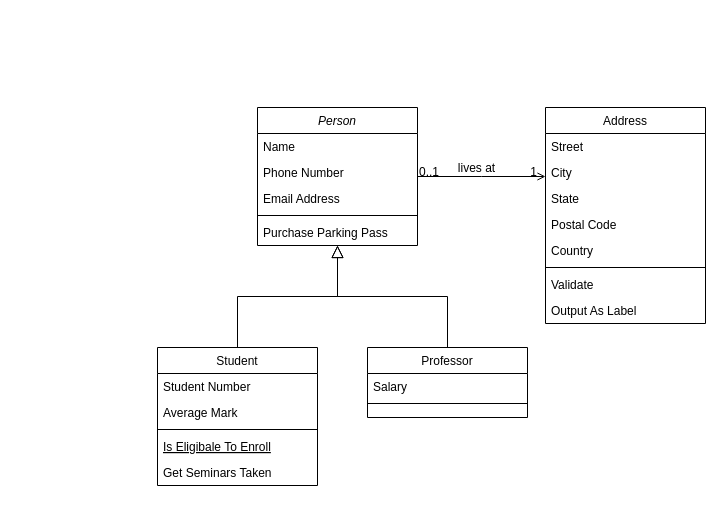
Above: images/Untitled Diagram.drawio in NhaDo/Note-Management (draw.io), before the change. Source tidied: cells renumbered, new cells numbered last; positions are measured from the earlier drawing's top-left corner, leaving out a move shared by most shapes. Both pictures are drawn from the tidied source at 100%, with x=0, y=0 at pixel (157, 107).
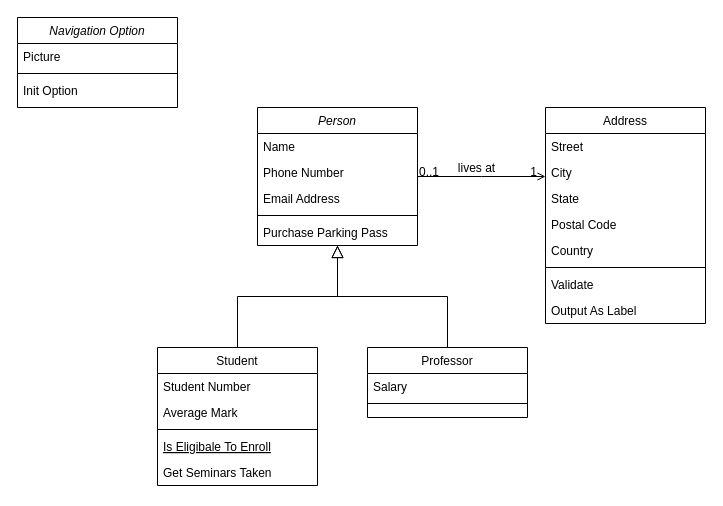
Above is the later version.

Diff of the diagram source:
```diff
@@
+    <mxCell id="32" value="Navigation Option" style="swimlane;fontStyle=2;align=center;verticalAlign=top;horizontal=1;startSize=26;rounded=0;shadow=0;strokeWidth=1;" parent="1" vertex="1">
+      <mxGeometry x="-140" y="-90" width="160" height="90" as="geometry" />
+    </mxCell>
+    <mxCell id="33" value="Picture" style="text;align=left;verticalAlign=top;spacingLeft=4;spacingRight=4;overflow=hidden;" parent="32" vertex="1">
+      <mxGeometry y="26" width="160" height="26" as="geometry" />
+    </mxCell>
+    <mxCell id="34" style="line;html=1;strokeWidth=1;align=left;verticalAlign=middle;spacingTop=-1;spacingLeft=3;spacingRight=3;labelPosition=right;" parent="32" vertex="1">
+      <mxGeometry y="52" width="160" height="8" as="geometry" />
+    </mxCell>
+    <mxCell id="35" value="Init Option&#10;" style="text;align=left;verticalAlign=top;spacingLeft=4;spacingRight=4;overflow=hidden;" parent="32" vertex="1">
+      <mxGeometry y="60" width="160" height="26" as="geometry" />
+    </mxCell>
```
